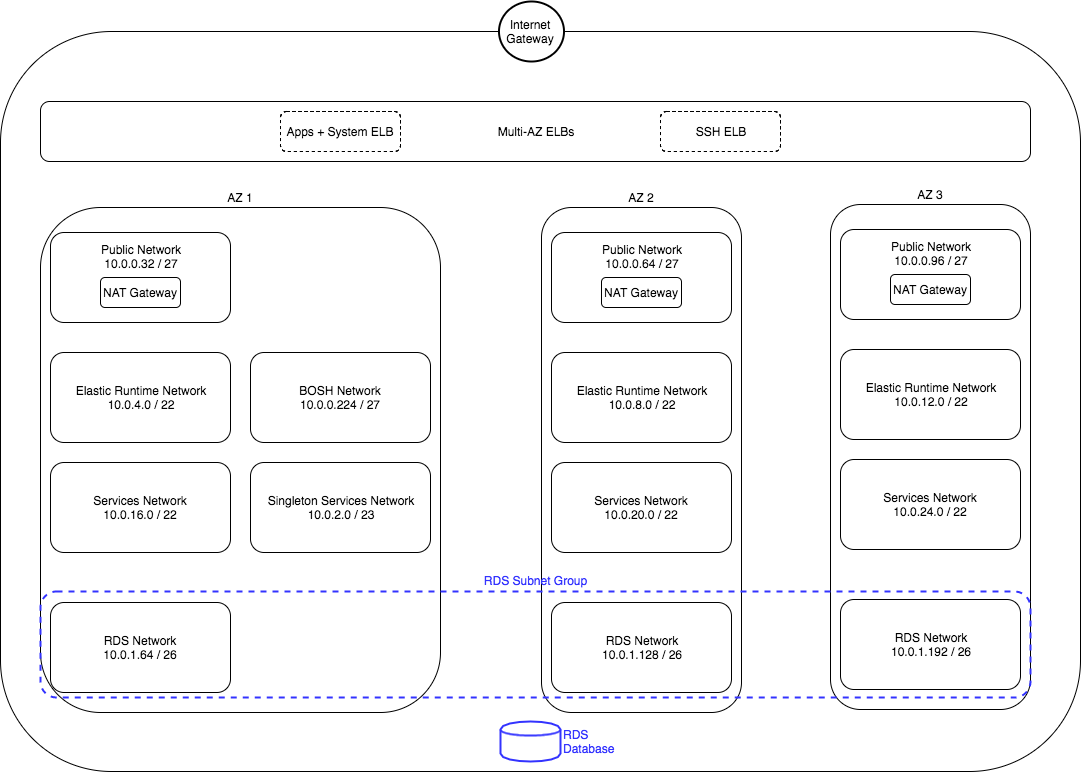
Earlier version of the draw.io export pcf_ha_diagram.png (sturadnidge/pcf-ha-aws). Source tidied: cells renumbered, new cells last; positions are measured from the earlier drawing's top-left corner, leaving out a move shared by most shapes.
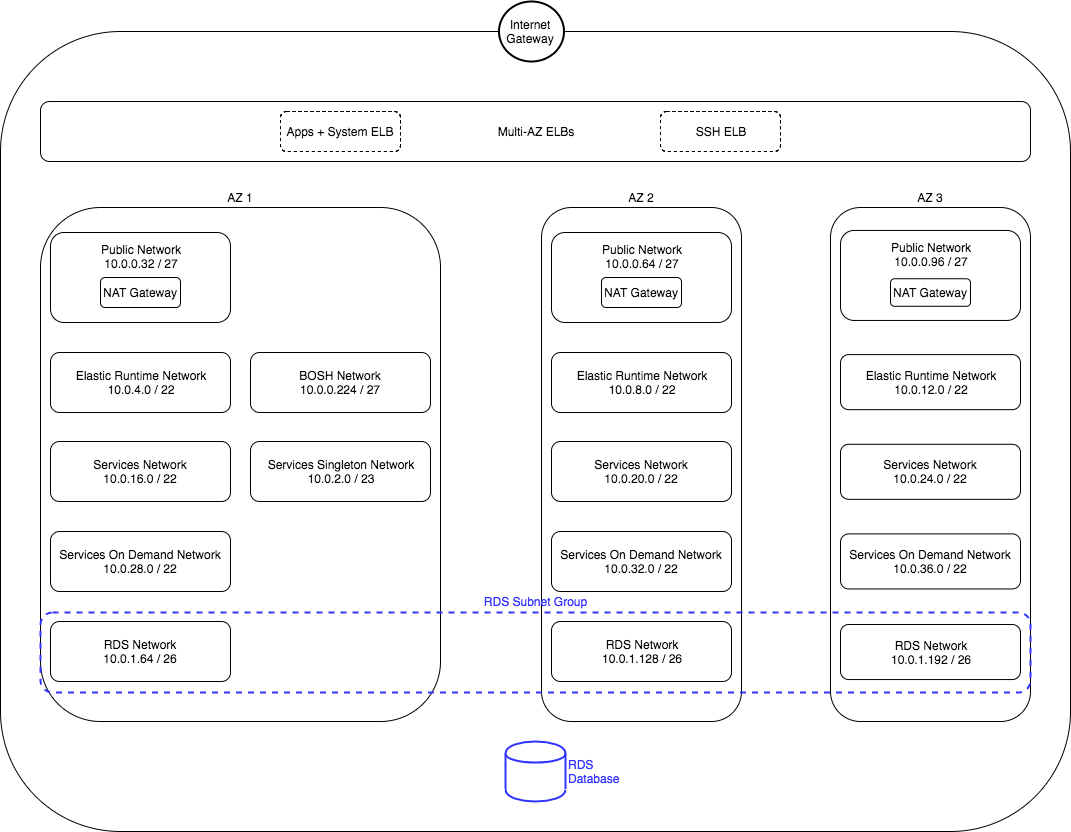
After the change.

Diff of the diagram source:
```diff
@@ -3,94 +3,97 @@
     <mxCell id="0" />
     <mxCell id="1" parent="0" />
     <mxCell id="2" style="rounded=1;whiteSpace=wrap;html=1;strokeColor=#000000;strokeWidth=1;fillColor=#ffffff;fontColor=#000000;align=center;" parent="1" vertex="1">
-      <mxGeometry y="30" width="1080" height="740" as="geometry" />
+      <mxGeometry y="30" width="1070" height="800" as="geometry" />
     </mxCell>
     <mxCell id="3" value="Multi-AZ ELBs" style="rounded=1;whiteSpace=wrap;html=1;strokeColor=#000000;strokeWidth=1;fillColor=#ffffff;fontColor=#000000;align=center;labelPosition=center;verticalLabelPosition=middle;verticalAlign=middle;" parent="1" vertex="1">
       <mxGeometry x="40" y="100" width="990" height="60" as="geometry" />
     </mxCell>
-    <mxCell id="4" style="group;" parent="1" vertex="1">
-      <mxGeometry x="541" y="206" width="200" height="505" as="geometry" />
-    </mxCell>
-    <mxCell id="5" value="AZ 2" style="rounded=1;whiteSpace=wrap;html=1;strokeColor=#000000;strokeWidth=1;fillColor=#ffffff;fontColor=#000000;align=center;labelPosition=center;verticalLabelPosition=top;verticalAlign=bottom;" parent="4" vertex="1">
-      <mxGeometry width="200" height="505" as="geometry" />
-    </mxCell>
-    <mxCell id="6" value="Public Network&lt;div&gt;10.0.0.64 / 27&lt;br&gt;&lt;div&gt;&lt;br&gt;&lt;/div&gt;&lt;div&gt;&lt;br&gt;&lt;/div&gt;&lt;div&gt;&lt;br&gt;&lt;/div&gt;&lt;/div&gt;" style="rounded=1;whiteSpace=wrap;html=1;strokeColor=#000000;strokeWidth=1;fillColor=#ffffff;fontColor=#000000;align=center;" parent="4" vertex="1">
-      <mxGeometry x="10" y="25" width="180" height="90" as="geometry" />
-    </mxCell>
-    <mxCell id="7" value="NAT Gateway" style="rounded=1;whiteSpace=wrap;html=1;strokeColor=#000000;strokeWidth=1;fillColor=#ffffff;fontColor=#000000;align=center;" parent="4" vertex="1">
-      <mxGeometry x="60" y="70" width="80" height="30" as="geometry" />
-    </mxCell>
-    <mxCell id="8" value="Elastic Runtime Network&lt;div&gt;10.0.8.0 / 22&lt;/div&gt;" style="rounded=1;whiteSpace=wrap;html=1;strokeColor=#000000;strokeWidth=1;fillColor=#ffffff;fontColor=#000000;align=center;" parent="4" vertex="1">
-      <mxGeometry x="10" y="145" width="180" height="90" as="geometry" />
-    </mxCell>
-    <mxCell id="9" value="Services Network&lt;div&gt;10.0.20.0 / 22&lt;/div&gt;" style="rounded=1;whiteSpace=wrap;html=1;strokeColor=#000000;strokeWidth=1;fillColor=#ffffff;fontColor=#000000;align=center;" parent="4" vertex="1">
-      <mxGeometry x="10" y="255" width="180" height="90" as="geometry" />
-    </mxCell>
-    <mxCell id="10" value="RDS Network&lt;div&gt;10.0.1.128 / 26&lt;/div&gt;" style="rounded=1;whiteSpace=wrap;html=1;strokeColor=#000000;strokeWidth=1;fillColor=#ffffff;fontColor=#000000;align=center;" parent="4" vertex="1">
-      <mxGeometry x="10" y="395" width="180" height="90" as="geometry" />
-    </mxCell>
     <mxCell id="11" style="group;" parent="1" vertex="1">
-      <mxGeometry x="830" y="203" width="200" height="505" as="geometry" />
+      <mxGeometry x="830" y="206" width="200" height="514" as="geometry" />
     </mxCell>
     <mxCell id="12" value="AZ 3" style="rounded=1;whiteSpace=wrap;html=1;strokeColor=#000000;strokeWidth=1;fillColor=#ffffff;fontColor=#000000;align=center;labelPosition=center;verticalLabelPosition=top;verticalAlign=bottom;" parent="11" vertex="1">
-      <mxGeometry width="200" height="505" as="geometry" />
+      <mxGeometry width="200" height="514" as="geometry" />
     </mxCell>
     <mxCell id="13" value="Public Network&lt;div&gt;10.0.0.96 / 27&lt;br&gt;&lt;div&gt;&lt;br&gt;&lt;/div&gt;&lt;div&gt;&lt;br&gt;&lt;/div&gt;&lt;div&gt;&lt;br&gt;&lt;/div&gt;&lt;/div&gt;" style="rounded=1;whiteSpace=wrap;html=1;strokeColor=#000000;strokeWidth=1;fillColor=#ffffff;fontColor=#000000;align=center;" parent="11" vertex="1">
-      <mxGeometry x="10" y="25" width="180" height="90" as="geometry" />
+      <mxGeometry x="10" y="22.9" width="180" height="90" as="geometry" />
     </mxCell>
     <mxCell id="14" value="NAT Gateway" style="rounded=1;whiteSpace=wrap;html=1;strokeColor=#000000;strokeWidth=1;fillColor=#ffffff;fontColor=#000000;align=center;" parent="11" vertex="1">
-      <mxGeometry x="60" y="70" width="80" height="30" as="geometry" />
+      <mxGeometry x="60" y="71.2" width="80" height="27.5" as="geometry" />
     </mxCell>
     <mxCell id="15" value="Elastic Runtime Network&lt;div&gt;10.0.12.0 / 22&lt;/div&gt;" style="rounded=1;whiteSpace=wrap;html=1;strokeColor=#000000;strokeWidth=1;fillColor=#ffffff;fontColor=#000000;align=center;" parent="11" vertex="1">
-      <mxGeometry x="10" y="145" width="180" height="90" as="geometry" />
+      <mxGeometry x="10" y="147.1" width="180" height="55.1" as="geometry" />
     </mxCell>
     <mxCell id="16" value="Services Network&lt;div&gt;10.0.24.0 / 22&lt;/div&gt;" style="rounded=1;whiteSpace=wrap;html=1;strokeColor=#000000;strokeWidth=1;fillColor=#ffffff;fontColor=#000000;align=center;" parent="11" vertex="1">
-      <mxGeometry x="10" y="255" width="180" height="90" as="geometry" />
+      <mxGeometry x="10" y="236.8" width="180" height="55.1" as="geometry" />
     </mxCell>
+    <mxCell id="32" value="Services On Demand Network&lt;div&gt;10.0.36.0 / 22&lt;/div&gt;" style="rounded=1;whiteSpace=wrap;html=1;strokeColor=#000000;strokeWidth=1;fillColor=#ffffff;fontColor=#000000;align=center;" parent="11" vertex="1">
+      <mxGeometry x="10" y="326.4" width="180" height="55.1" as="geometry" />
+    </mxCell>
     <mxCell id="17" value="RDS Network&lt;div&gt;10.0.1.192 / 26&lt;/div&gt;" style="rounded=1;whiteSpace=wrap;html=1;strokeColor=#000000;strokeWidth=1;fillColor=#ffffff;fontColor=#000000;align=center;" parent="11" vertex="1">
-      <mxGeometry x="10" y="395" width="180" height="90" as="geometry" />
+      <mxGeometry x="10" y="417" width="180" height="55.1" as="geometry" />
     </mxCell>
     <mxCell id="18" value="RDS Database" style="shape=cylinder;whiteSpace=wrap;html=1;strokeColor=#3333FF;strokeWidth=2;fillColor=none;fontColor=#3333FF;align=left;labelPosition=right;verticalLabelPosition=middle;verticalAlign=middle;" parent="1" vertex="1">
-      <mxGeometry x="500" y="720" width="60" height="40" as="geometry" />
+      <mxGeometry x="505" y="740" width="60" height="60" as="geometry" />
     </mxCell>
-    <mxCell id="19" style="group;labelPosition=center;verticalLabelPosition=top;align=center;verticalAlign=bottom;" parent="1" vertex="1">
-      <mxGeometry x="40" y="206" width="990" height="505" as="geometry" />
-    </mxCell>
+    <mxCell id="29" value="Apps + System ELB" style="rounded=1;whiteSpace=wrap;html=1;strokeColor=#000000;strokeWidth=1;fillColor=#ffffff;fontColor=#000000;align=center;dashed=1;" parent="1" vertex="1">
+      <mxGeometry x="280" y="110" width="120" height="40" as="geometry" />
+    </mxCell>
+    <mxCell id="30" value="SSH ELB" style="rounded=1;whiteSpace=wrap;html=1;strokeColor=#000000;strokeWidth=1;fillColor=#ffffff;fontColor=#000000;align=center;dashed=1;" parent="1" vertex="1">
+      <mxGeometry x="660" y="110" width="120" height="40" as="geometry" />
+    </mxCell>
+    <mxCell id="31" value="Internet&lt;div&gt;Gateway&lt;/div&gt;" style="ellipse;whiteSpace=wrap;html=1;strokeColor=#000000;strokeWidth=2;fillColor=#ffffff;fontColor=#000000;align=center;" parent="1" vertex="1">
+      <mxGeometry x="498" width="65" height="60" as="geometry" />
+    </mxCell>
+    <mxCell id="5" value="AZ 2" style="rounded=1;whiteSpace=wrap;html=1;strokeColor=#000000;strokeWidth=1;fillColor=#ffffff;fontColor=#000000;align=center;labelPosition=center;verticalLabelPosition=top;verticalAlign=bottom;" parent="1" vertex="1">
+      <mxGeometry x="541" y="206" width="200" height="514" as="geometry" />
+    </mxCell>
+    <mxCell id="6" value="Public Network&lt;div&gt;10.0.0.64 / 27&lt;br&gt;&lt;div&gt;&lt;br&gt;&lt;/div&gt;&lt;div&gt;&lt;br&gt;&lt;/div&gt;&lt;div&gt;&lt;br&gt;&lt;/div&gt;&lt;/div&gt;" style="rounded=1;whiteSpace=wrap;html=1;strokeColor=#000000;strokeWidth=1;fillColor=#ffffff;fontColor=#000000;align=center;" parent="1" vertex="1">
+      <mxGeometry x="551" y="231" width="180" height="90" as="geometry" />
+    </mxCell>
+    <mxCell id="7" value="NAT Gateway" style="rounded=1;whiteSpace=wrap;html=1;strokeColor=#000000;strokeWidth=1;fillColor=#ffffff;fontColor=#000000;align=center;" parent="1" vertex="1">
+      <mxGeometry x="601" y="276" width="80" height="30" as="geometry" />
+    </mxCell>
+    <mxCell id="8" value="Elastic Runtime Network&lt;div&gt;10.0.8.0 / 22&lt;/div&gt;" style="rounded=1;whiteSpace=wrap;html=1;strokeColor=#000000;strokeWidth=1;fillColor=#ffffff;fontColor=#000000;align=center;" parent="1" vertex="1">
+      <mxGeometry x="551" y="351" width="180" height="60" as="geometry" />
+    </mxCell>
+    <mxCell id="9" value="Services Network&lt;div&gt;10.0.20.0 / 22&lt;/div&gt;" style="rounded=1;whiteSpace=wrap;html=1;strokeColor=#000000;strokeWidth=1;fillColor=#ffffff;fontColor=#000000;align=center;" parent="1" vertex="1">
+      <mxGeometry x="551" y="440" width="180" height="60" as="geometry" />
+    </mxCell>
-    <mxCell id="20" value="AZ 1" style="rounded=1;whiteSpace=wrap;html=1;strokeColor=#000000;strokeWidth=1;fillColor=#ffffff;fontColor=#000000;align=center;labelPosition=center;verticalLabelPosition=top;verticalAlign=bottom;" parent="19" vertex="1">
-      <mxGeometry width="400" height="505" as="geometry" />
+    <mxCell id="20" value="AZ 1" style="rounded=1;whiteSpace=wrap;html=1;strokeColor=#000000;strokeWidth=1;fillColor=#ffffff;fontColor=#000000;align=center;labelPosition=center;verticalLabelPosition=top;verticalAlign=bottom;" parent="1" vertex="1">
+      <mxGeometry x="40" y="206" width="400" height="514" as="geometry" />
     </mxCell>
-    <mxCell id="21" value="Public Network&lt;div&gt;10.0.0.32 / 27&lt;br&gt;&lt;div&gt;&lt;br&gt;&lt;/div&gt;&lt;div&gt;&lt;br&gt;&lt;/div&gt;&lt;div&gt;&lt;br&gt;&lt;/div&gt;&lt;/div&gt;" style="rounded=1;whiteSpace=wrap;html=1;strokeColor=#000000;strokeWidth=1;fillColor=#ffffff;fontColor=#000000;align=center;" parent="19" vertex="1">
-      <mxGeometry x="10" y="25" width="180" height="90" as="geometry" />
+    <mxCell id="21" value="Public Network&lt;div&gt;10.0.0.32 / 27&lt;br&gt;&lt;div&gt;&lt;br&gt;&lt;/div&gt;&lt;div&gt;&lt;br&gt;&lt;/div&gt;&lt;div&gt;&lt;br&gt;&lt;/div&gt;&lt;/div&gt;" style="rounded=1;whiteSpace=wrap;html=1;strokeColor=#000000;strokeWidth=1;fillColor=#ffffff;fontColor=#000000;align=center;" parent="1" vertex="1">
+      <mxGeometry x="50" y="231" width="180" height="90" as="geometry" />
     </mxCell>
-    <mxCell id="22" value="NAT Gateway" style="rounded=1;whiteSpace=wrap;html=1;strokeColor=#000000;strokeWidth=1;fillColor=#ffffff;fontColor=#000000;align=center;" parent="19" vertex="1">
-      <mxGeometry x="60" y="70" width="80" height="30" as="geometry" />
+    <mxCell id="22" value="NAT Gateway" style="rounded=1;whiteSpace=wrap;html=1;strokeColor=#000000;strokeWidth=1;fillColor=#ffffff;fontColor=#000000;align=center;" parent="1" vertex="1">
+      <mxGeometry x="100" y="276" width="80" height="30" as="geometry" />
     </mxCell>
-    <mxCell id="23" value="Elastic Runtime Network&lt;div&gt;10.0.4.0 / 22&lt;/div&gt;" style="rounded=1;whiteSpace=wrap;html=1;strokeColor=#000000;strokeWidth=1;fillColor=#ffffff;fontColor=#000000;align=center;" parent="19" vertex="1">
-      <mxGeometry x="10" y="145" width="180" height="90" as="geometry" />
+    <mxCell id="23" value="Elastic Runtime Network&lt;div&gt;10.0.4.0 / 22&lt;/div&gt;" style="rounded=1;whiteSpace=wrap;html=1;strokeColor=#000000;strokeWidth=1;fillColor=#ffffff;fontColor=#000000;align=center;" parent="1" vertex="1">
+      <mxGeometry x="50" y="351" width="180" height="60" as="geometry" />
     </mxCell>
-    <mxCell id="24" value="Services Network&lt;div&gt;10.0.16.0 / 22&lt;/div&gt;" style="rounded=1;whiteSpace=wrap;html=1;strokeColor=#000000;strokeWidth=1;fillColor=#ffffff;fontColor=#000000;align=center;" parent="19" vertex="1">
-      <mxGeometry x="10" y="255" width="180" height="90" as="geometry" />
+    <mxCell id="24" value="Services Network&lt;div&gt;10.0.16.0 / 22&lt;/div&gt;" style="rounded=1;whiteSpace=wrap;html=1;strokeColor=#000000;strokeWidth=1;fillColor=#ffffff;fontColor=#000000;align=center;" parent="1" vertex="1">
+      <mxGeometry x="50" y="440" width="180" height="60" as="geometry" />
     </mxCell>
-    <mxCell id="25" value="RDS Network&lt;div&gt;10.0.1.64 / 26&lt;/div&gt;" style="rounded=1;whiteSpace=wrap;html=1;strokeColor=#000000;strokeWidth=1;fillColor=#ffffff;fontColor=#000000;align=center;" parent="19" vertex="1">
-      <mxGeometry x="10" y="395" width="180" height="90" as="geometry" />
-    </mxCell>
-    <mxCell id="26" value="Singleton Services Network&lt;div&gt;10.0.2.0 / 23&lt;/div&gt;" style="rounded=1;whiteSpace=wrap;html=1;strokeColor=#000000;strokeWidth=1;fillColor=#ffffff;fontColor=#000000;align=center;" parent="19" vertex="1">
-      <mxGeometry x="210" y="255" width="180" height="90" as="geometry" />
+    <mxCell id="26" value="Services Singleton Network&lt;div&gt;10.0.2.0 / 23&lt;/div&gt;" style="rounded=1;whiteSpace=wrap;html=1;strokeColor=#000000;strokeWidth=1;fillColor=#ffffff;fontColor=#000000;align=center;" parent="1" vertex="1">
+      <mxGeometry x="250" y="440" width="180" height="60" as="geometry" />
     </mxCell>
-    <mxCell id="27" value="BOSH Network&lt;div&gt;10.0.0.224 / 27&lt;/div&gt;" style="rounded=1;whiteSpace=wrap;html=1;strokeColor=#000000;strokeWidth=1;fillColor=#ffffff;fontColor=#000000;align=center;" parent="19" vertex="1">
-      <mxGeometry x="210" y="145" width="180" height="90" as="geometry" />
+    <mxCell id="27" value="BOSH Network&lt;div&gt;10.0.0.224 / 27&lt;/div&gt;" style="rounded=1;whiteSpace=wrap;html=1;strokeColor=#000000;strokeWidth=1;fillColor=#ffffff;fontColor=#000000;align=center;" parent="1" vertex="1">
+      <mxGeometry x="250" y="351" width="180" height="60" as="geometry" />
     </mxCell>
     <mxCell id="28" value="RDS Subnet Group" style="rounded=1;whiteSpace=wrap;html=1;strokeColor=#3333FF;strokeWidth=2;fillColor=none;fontColor=#3333FF;align=center;dashed=1;labelPosition=center;verticalLabelPosition=top;verticalAlign=bottom;" parent="1" vertex="1">
-      <mxGeometry x="40" y="590" width="990" height="106" as="geometry" />
+      <mxGeometry x="40" y="611" width="990" height="80" as="geometry" />
     </mxCell>
-    <mxCell id="29" value="Apps + System ELB" style="rounded=1;whiteSpace=wrap;html=1;strokeColor=#000000;strokeWidth=1;fillColor=#ffffff;fontColor=#000000;align=center;dashed=1;" parent="1" vertex="1">
-      <mxGeometry x="280" y="110" width="120" height="40" as="geometry" />
-    </mxCell>
-    <mxCell id="30" value="SSH ELB" style="rounded=1;whiteSpace=wrap;html=1;strokeColor=#000000;strokeWidth=1;fillColor=#ffffff;fontColor=#000000;align=center;dashed=1;" parent="1" vertex="1">
-      <mxGeometry x="660" y="110" width="120" height="40" as="geometry" />
-    </mxCell>
-    <mxCell id="31" value="Internet&lt;div&gt;Gateway&lt;/div&gt;" style="ellipse;whiteSpace=wrap;html=1;strokeColor=#000000;strokeWidth=2;fillColor=#ffffff;fontColor=#000000;align=center;" parent="1" vertex="1">
-      <mxGeometry x="498" width="65" height="60" as="geometry" />
-    </mxCell>
+    <mxCell id="33" value="Services On Demand Network&lt;div&gt;10.0.28.0 / 22&lt;/div&gt;" style="rounded=1;whiteSpace=wrap;html=1;strokeColor=#000000;strokeWidth=1;fillColor=#ffffff;fontColor=#000000;align=center;" parent="1" vertex="1">
+      <mxGeometry x="50" y="530" width="180" height="60" as="geometry" />
+    </mxCell>
+    <mxCell id="34" value="Services On Demand Network&lt;div&gt;10.0.32.0 / 22&lt;/div&gt;" style="rounded=1;whiteSpace=wrap;html=1;strokeColor=#000000;strokeWidth=1;fillColor=#ffffff;fontColor=#000000;align=center;" parent="1" vertex="1">
+      <mxGeometry x="551" y="530" width="180" height="60" as="geometry" />
+    </mxCell>
+    <mxCell id="25" value="RDS Network&lt;div&gt;10.0.1.64 / 26&lt;/div&gt;" style="rounded=1;whiteSpace=wrap;html=1;strokeColor=#000000;strokeWidth=1;fillColor=#ffffff;fontColor=#000000;align=center;" parent="1" vertex="1">
+      <mxGeometry x="50" y="620" width="180" height="60" as="geometry" />
+    </mxCell>
+    <mxCell id="10" value="RDS Network&lt;div&gt;10.0.1.128 / 26&lt;/div&gt;" style="rounded=1;whiteSpace=wrap;html=1;strokeColor=#000000;strokeWidth=1;fillColor=#ffffff;fontColor=#000000;align=center;" parent="1" vertex="1">
+      <mxGeometry x="551" y="620" width="180" height="60" as="geometry" />
+    </mxCell>
   </root>
 </mxGraphModel>
```
